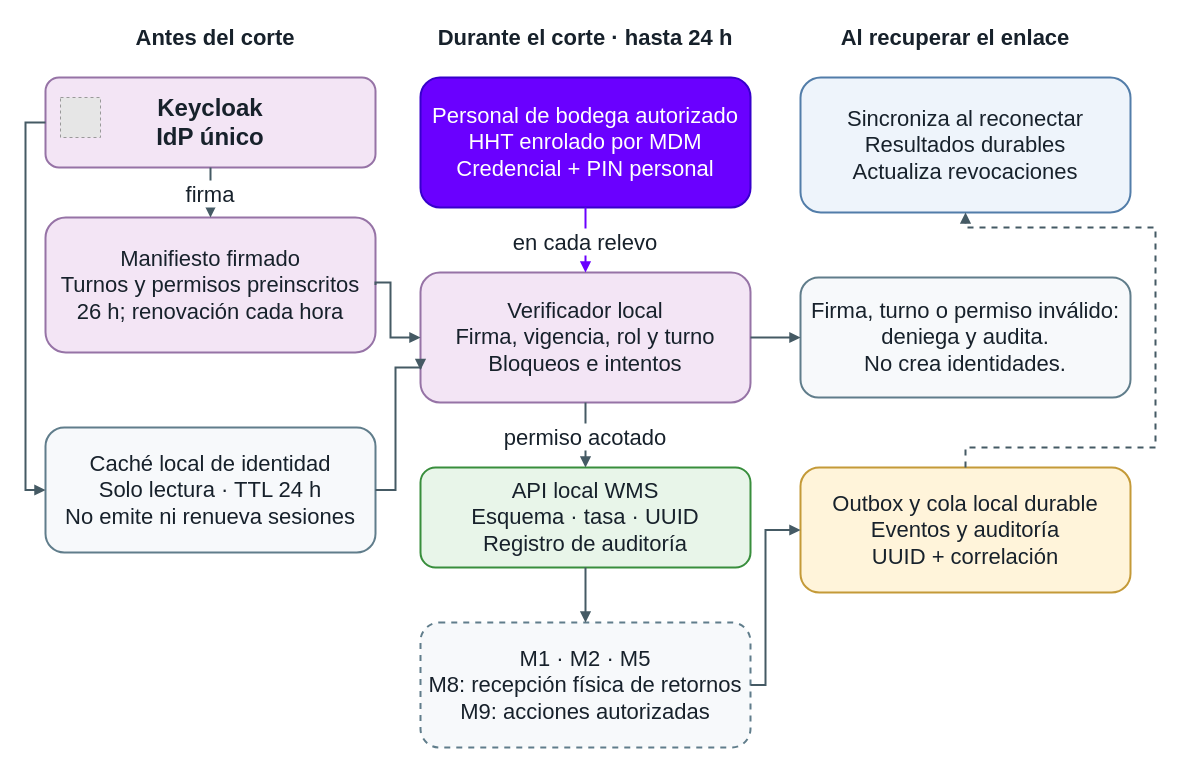
Above: page "Acceso local y relevo de turnos" (1 of 4) of 04/figuras/fuentes/Arquitectura-logica-vistas-complementarias.drawio.xml in PatricioH315/LafroX (draw.io), before the change. Source tidied: cells renumbered, new cells numbered last; positions are measured from the earlier drawing's top-left corner, leaving out a move shared by most shapes. Both pictures are drawn from the tidied source at 100%, with x=0, y=0 at pixel (25, 17). Pictures stored in the file or linked from it are replaced by grey dashed boxes.
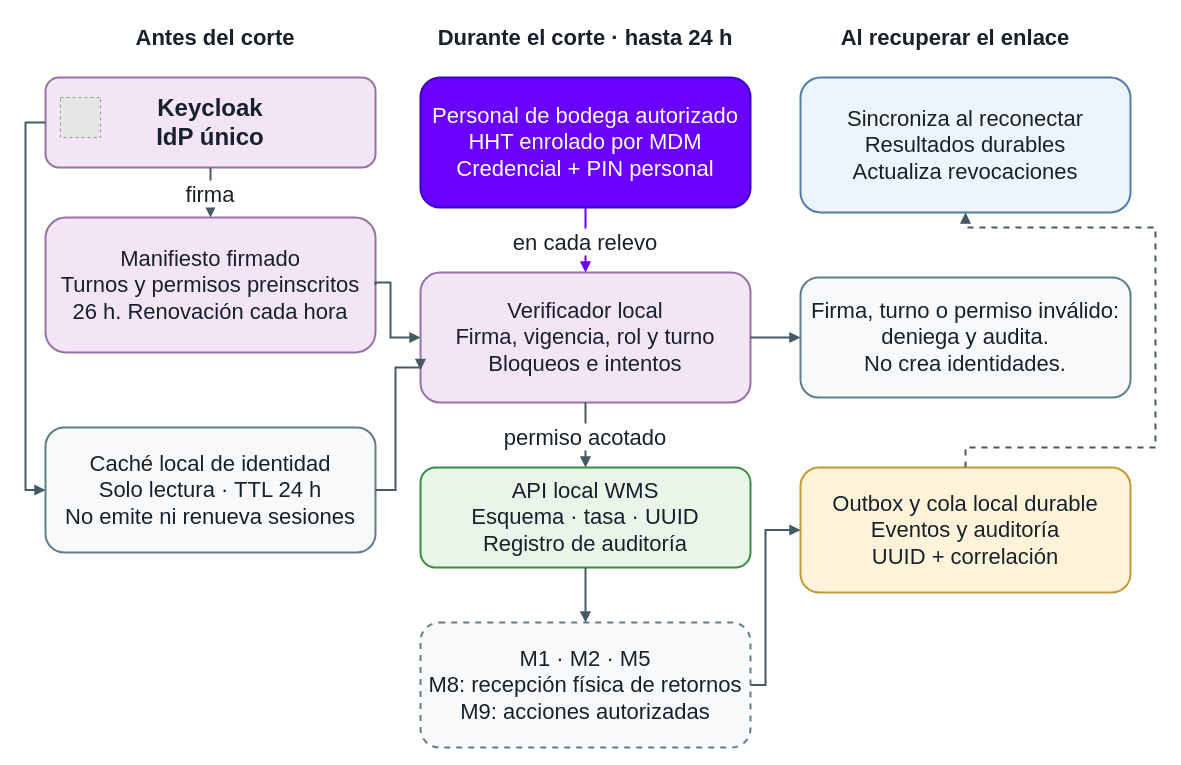
Above is the later version.

Change to the diagram source:
```diff
@@
-    <mxCell id="7" value="Manifiesto firmado&#10;Turnos y permisos preinscritos&#10;26 h; renovación cada hora" style="rounded=1;whiteSpace=wrap;html=0;fontFamily=Arial;fontSize=22;fontColor=#17212b;fillColor=#f3e5f5;strokeColor=#9673a6;strokeWidth=2;spacing=9;fontStyle=0;" parent="1" vertex="1">
+    <mxCell id="7" value="Manifiesto firmado&#10;Turnos y permisos preinscritos&#10;26 h. Renovación cada hora" style="rounded=1;whiteSpace=wrap;html=0;fontFamily=Arial;fontSize=22;fontColor=#17212b;fillColor=#f3e5f5;strokeColor=#9673a6;strokeWidth=2;spacing=9;fontStyle=0;" parent="1" vertex="1">
       <mxGeometry x="20" y="200" width="330" height="135" as="geometry" />
     </mxCell>
```
